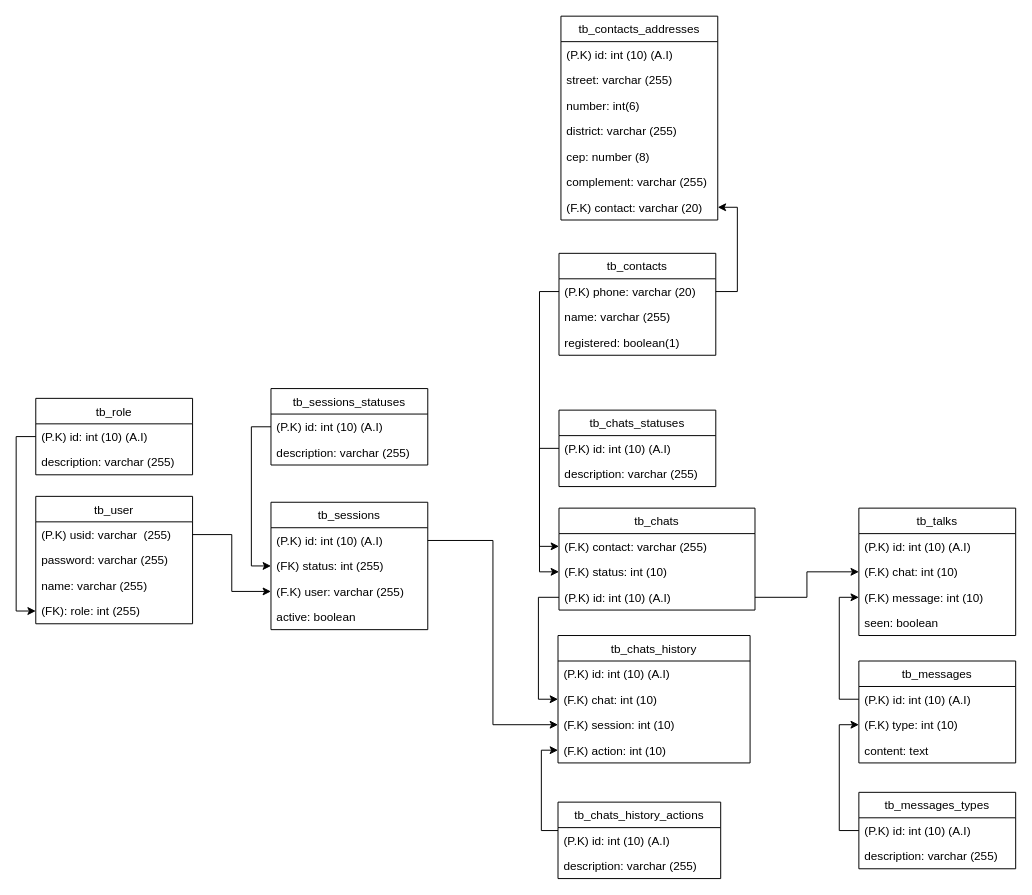
The draw.io diagram src/database/database.drawio in aka-sacci/chatbot-whatsapp-api, before the edit. Source tidied: cells renumbered, new cells numbered last; positions are measured from the earlier drawing's top-left corner, leaving out a move shared by most shapes. Both pictures are drawn from the tidied source at 98%, with x=0, y=0 at pixel (35, 16).
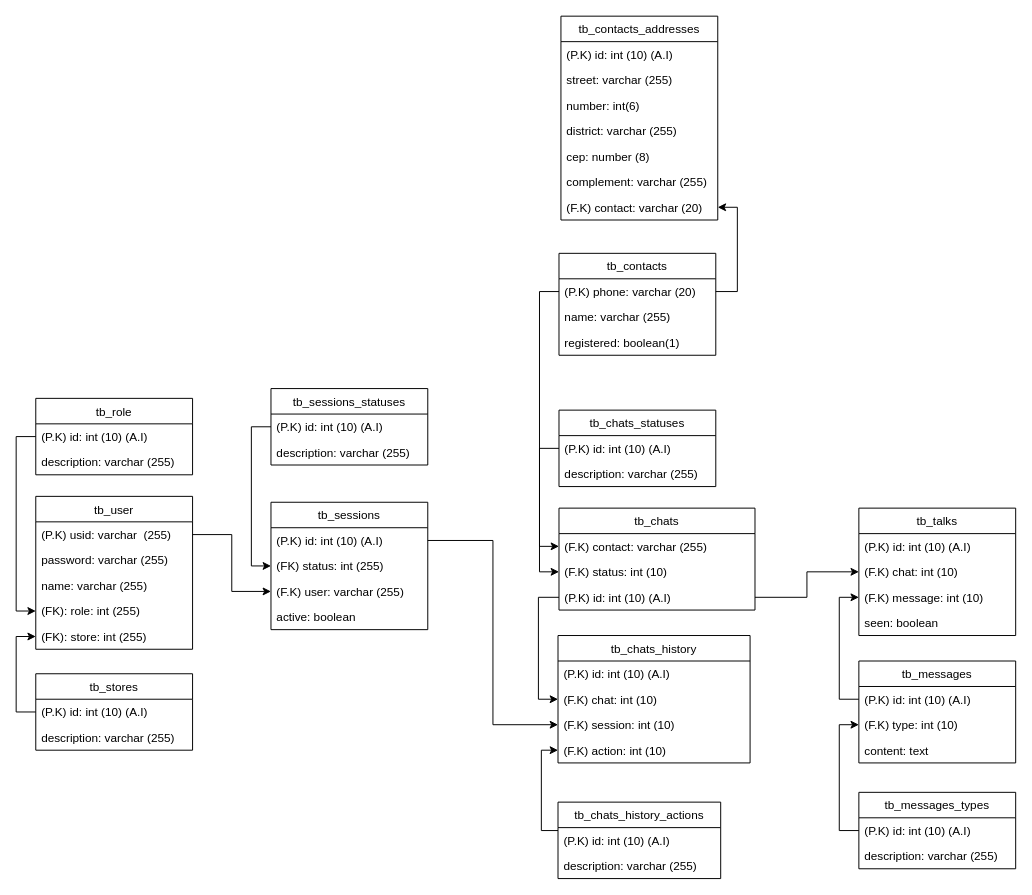
Above is the later version.

Diff of the diagram source:
```diff
@@
     <mxCell id="2" value="tb_user" style="swimlane;fontStyle=0;horizontal=1;startSize=26;fillColor=none;" parent="1" vertex="1">
-      <mxGeometry y="490" width="160" height="130" as="geometry" />
+      <mxGeometry y="490" width="160" height="156" as="geometry" />
     </mxCell>
@@
+    <mxCell id="69" value="(FK): store: int (255)" style="text;strokeColor=none;fillColor=none;align=left;verticalAlign=top;spacingLeft=4;spacingRight=4;overflow=hidden;points=[[0,0.5],[1,0.5]];portConstraint=eastwest;" parent="2" vertex="1">
+      <mxGeometry y="130" width="160" height="26" as="geometry" />
+    </mxCell>
@@
+    <mxCell id="70" value="tb_stores" style="swimlane;fontStyle=0;horizontal=1;startSize=26;fillColor=none;" parent="1" vertex="1">
+      <mxGeometry y="671" width="160" height="78" as="geometry" />
+    </mxCell>
+    <mxCell id="71" value="(P.K) id: int (10) (A.I)" style="text;strokeColor=none;fillColor=none;align=left;verticalAlign=top;spacingLeft=4;spacingRight=4;overflow=hidden;points=[[0,0.5],[1,0.5]];portConstraint=eastwest;" parent="70" vertex="1">
+      <mxGeometry y="26" width="160" height="26" as="geometry" />
+    </mxCell>
+    <mxCell id="72" value="description: varchar (255)" style="text;strokeColor=none;fillColor=none;align=left;verticalAlign=top;spacingLeft=4;spacingRight=4;overflow=hidden;" parent="70" vertex="1">
+      <mxGeometry y="52" width="160" height="26" as="geometry" />
+    </mxCell>
+    <mxCell id="73" style="edgeStyle=orthogonalEdgeStyle;rounded=0;jettySize=auto;html=1;entryX=0;entryY=0.5;entryDx=0;entryDy=0;" parent="1" edge="1" source="71" target="69">
+      <mxGeometry relative="1" as="geometry">
+        <Array as="points">
+          <mxPoint x="-20" y="710" />
+          <mxPoint x="-20" y="633" />
+        </Array>
+      </mxGeometry>
+    </mxCell>
```
